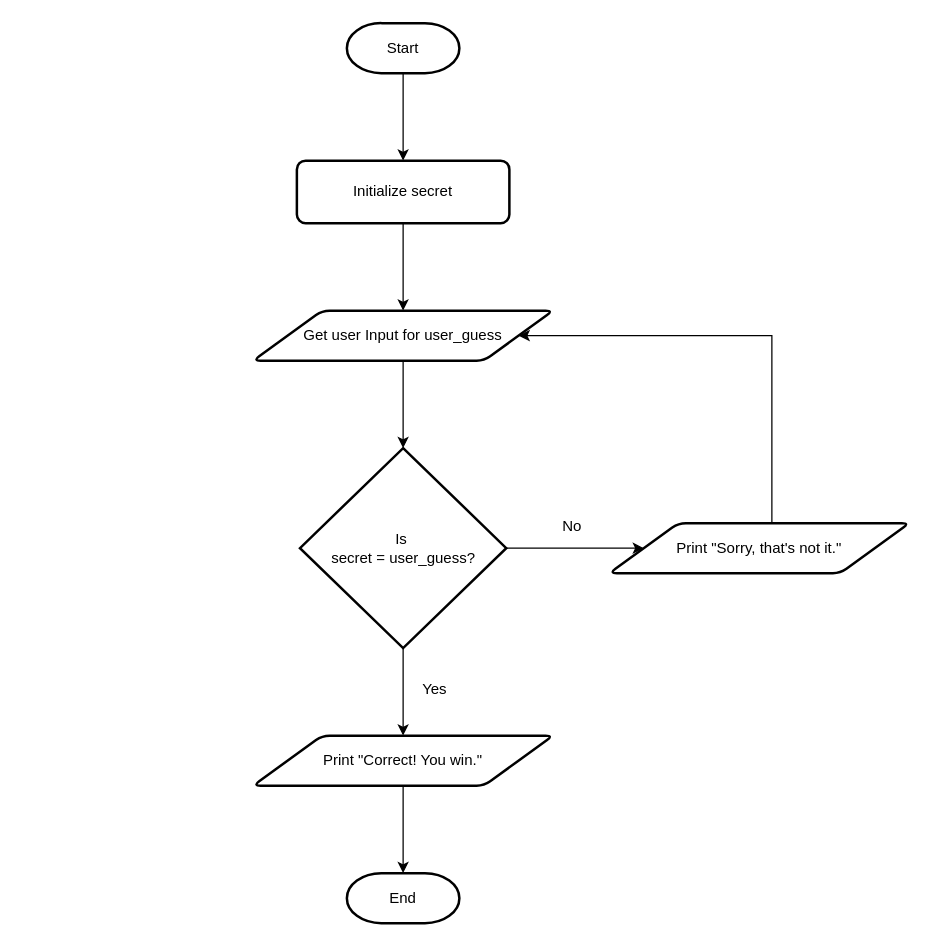
Above: Labs/Lab_02/part1/flowchart.drawio in Yasasrm/PRG600 (draw.io), before the change. Source tidied: cells renumbered, new cells numbered last; positions are measured from the earlier drawing's top-left corner, leaving out a move shared by most shapes. Both pictures are drawn from the tidied source at 125%, with x=0, y=0 at pixel (252, 22).
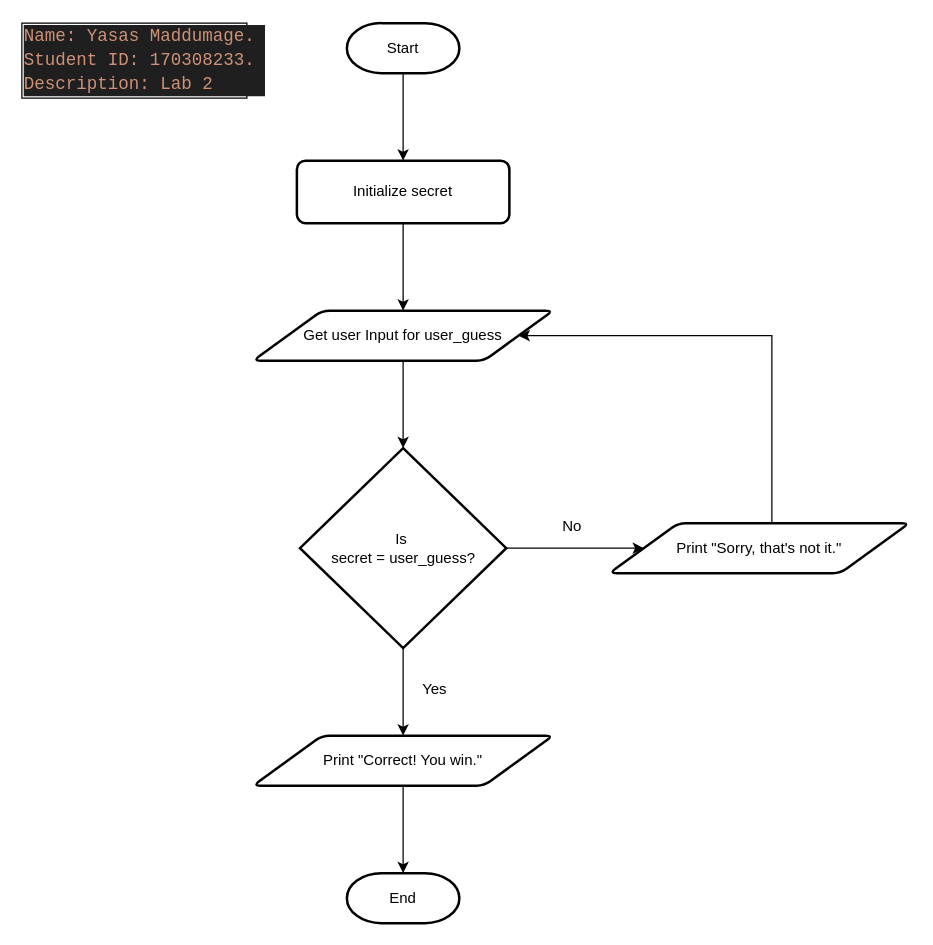
After the change.

Change to the diagram source:
```diff
@@
+    <mxCell id="18" value="&lt;div style=&quot;color: rgb(204, 204, 204); background-color: rgb(31, 31, 31); font-family: Consolas, &amp;quot;Courier New&amp;quot;, monospace; font-size: 14px; line-height: 19px; white-space: pre;&quot;&gt;&lt;div&gt;&lt;span style=&quot;color: #ce9178;&quot;&gt;Name: Yasas Maddumage. &lt;/span&gt;&lt;/div&gt;&lt;div&gt;&lt;span style=&quot;color: #ce9178;&quot;&gt;Student ID: 170308233. &lt;/span&gt;&lt;/div&gt;&lt;div&gt;&lt;span style=&quot;color: #ce9178;&quot;&gt;Description: Lab 2&lt;/span&gt;&lt;/div&gt;&lt;/div&gt;" style="rounded=0;whiteSpace=wrap;html=1;align=left;" parent="1" vertex="1">
+      <mxGeometry x="-185" width="180" height="60" as="geometry" />
+    </mxCell>
```
